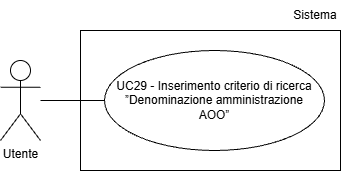
Team-Three-Technologies/Documenti keeps this draw.io diagram as assets/Use_Case_Diagrams/UC29.png. Above is the earlier version. Source tidied: cells renumbered, new cells last; positions are measured from the earlier drawing's top-left corner, leaving out a move shared by most shapes.
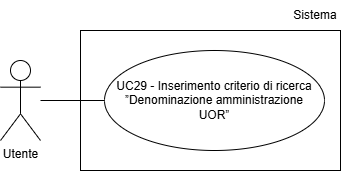
After the change.

Diff of the diagram source:
```diff
@@ -5,14 +5,14 @@
     <mxCell id="2" value="Utente" style="shape=umlActor;verticalLabelPosition=bottom;verticalAlign=top;html=1;" parent="1" vertex="1">
       <mxGeometry y="60" width="40" height="80" as="geometry" />
     </mxCell>
-    <mxCell id="3" value="&lt;div&gt;UC29 - Inserimento criterio di ricerca ”Denominazione amministrazione&lt;/div&gt;&lt;div&gt;AOO”&lt;/div&gt;" style="ellipse;whiteSpace=wrap;html=1;align=center;" parent="1" vertex="1">
-      <mxGeometry x="104" y="50" width="220" height="100" as="geometry" />
-    </mxCell>
-    <mxCell id="4" style="endArrow=none;html=1;rounded=0;entryX=0;entryY=0.5;entryDx=0;entryDy=0;" parent="1" edge="1" target="3">
-      <mxGeometry relative="1" as="geometry">
-        <mxPoint x="40" y="100" as="sourcePoint" />
-      </mxGeometry>
-    </mxCell>
+    <mxCell id="7" value="&lt;div&gt;UC29 - Inserimento criterio di ricerca ”Denominazione amministrazione&lt;/div&gt;&lt;div&gt;UOR”&lt;/div&gt;" style="ellipse;whiteSpace=wrap;html=1;align=center;" parent="1" vertex="1">
+      <mxGeometry x="104" y="50" width="220" height="100" as="geometry" />
+    </mxCell>
+    <mxCell id="8" style="endArrow=none;html=1;rounded=0;entryX=0;entryY=0.5;entryDx=0;entryDy=0;" parent="1" edge="1" target="7">
+      <mxGeometry relative="1" as="geometry">
+        <mxPoint x="40" y="100" as="sourcePoint" />
+      </mxGeometry>
+    </mxCell>
     <mxCell id="5" style="rounded=0;whiteSpace=wrap;html=1;fillColor=none;" parent="1" vertex="1">
       <mxGeometry x="80" y="30" width="260" height="140" as="geometry" />
     </mxCell>
```
